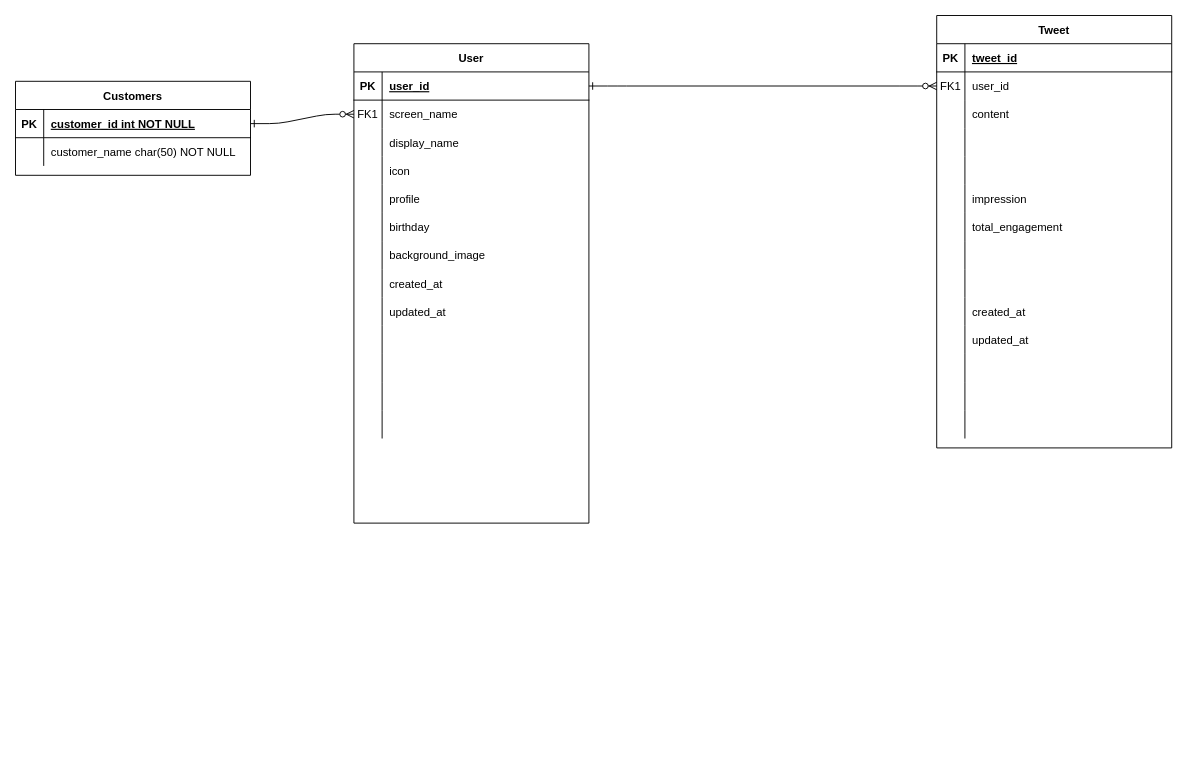
Above: twitter.drawio in universato/boot (draw.io), before the change. Source tidied: cells renumbered, new cells numbered last; positions are measured from the earlier drawing's top-left corner, leaving out a move shared by most shapes. Both pictures are drawn from the tidied source at 94%, with x=0, y=0 at pixel (15, 15).
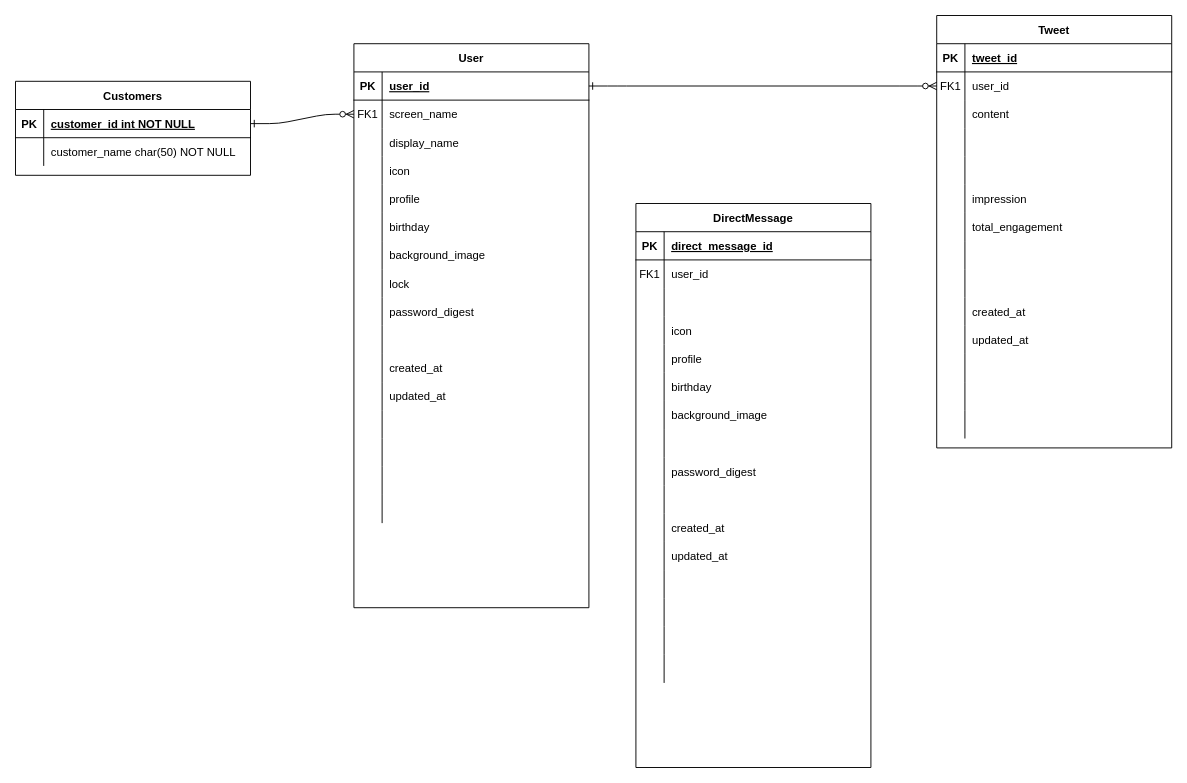
The same page after the edit.

Change to the diagram source:
```diff
@@
     <mxCell id="4" value="User" style="shape=table;startSize=30;childLayout=tableLayout;rowLines=0;fontStyle=1;align=center;" parent="1" vertex="1">
-      <mxGeometry x="360" y="30" width="250" height="510" as="geometry" />
+      <mxGeometry x="360" y="30" width="250" height="600" as="geometry" />
     </mxCell>
@@
+    <mxCell id="94" style="shape=partialRectangle;fillColor=none;top=0;left=0;right=0;bottom=0;" parent="4" vertex="1">
+      <mxGeometry y="240" width="250" height="30" as="geometry" />
+    </mxCell>
+    <mxCell id="95" style="shape=partialRectangle;overflow=hidden;fillColor=none;top=0;left=0;bottom=0;right=0;" parent="94" vertex="1">
+      <mxGeometry width="30" height="30" as="geometry" />
+    </mxCell>
+    <mxCell id="96" value="lock" style="shape=partialRectangle;overflow=hidden;fillColor=none;top=0;left=0;bottom=0;right=0;align=left;spacingLeft=6;" parent="94" vertex="1">
+      <mxGeometry x="30" width="220" height="30" as="geometry" />
+    </mxCell>
+    <mxCell id="97" style="shape=partialRectangle;fillColor=none;top=0;left=0;right=0;bottom=0;" parent="4" vertex="1">
+      <mxGeometry y="270" width="250" height="30" as="geometry" />
+    </mxCell>
+    <mxCell id="98" style="shape=partialRectangle;overflow=hidden;fillColor=none;top=0;left=0;bottom=0;right=0;" parent="97" vertex="1">
+      <mxGeometry width="30" height="30" as="geometry" />
+    </mxCell>
+    <mxCell id="99" value="password_digest" style="shape=partialRectangle;overflow=hidden;fillColor=none;top=0;left=0;bottom=0;right=0;align=left;spacingLeft=6;" parent="97" vertex="1">
+      <mxGeometry x="30" width="220" height="30" as="geometry" />
+    </mxCell>
+    <mxCell id="100" style="shape=partialRectangle;fillColor=none;top=0;left=0;right=0;bottom=0;" parent="4" vertex="1">
+      <mxGeometry y="300" width="250" height="30" as="geometry" />
+    </mxCell>
+    <mxCell id="101" style="shape=partialRectangle;overflow=hidden;fillColor=none;top=0;left=0;bottom=0;right=0;" parent="100" vertex="1">
+      <mxGeometry width="30" height="30" as="geometry" />
+    </mxCell>
+    <mxCell id="102" style="shape=partialRectangle;overflow=hidden;fillColor=none;top=0;left=0;bottom=0;right=0;align=left;spacingLeft=6;" parent="100" vertex="1">
+      <mxGeometry x="30" width="220" height="30" as="geometry" />
+    </mxCell>
     <mxCell id="26" style="shape=partialRectangle;fillColor=none;top=0;left=0;right=0;bottom=0;" parent="4" vertex="1">
-      <mxGeometry y="240" width="250" height="30" as="geometry" />
+      <mxGeometry y="330" width="250" height="30" as="geometry" />
     </mxCell>
@@
     <mxCell id="29" style="shape=partialRectangle;fillColor=none;top=0;left=0;right=0;bottom=0;" parent="4" vertex="1">
-      <mxGeometry y="270" width="250" height="30" as="geometry" />
+      <mxGeometry y="360" width="250" height="30" as="geometry" />
     </mxCell>
@@
     <mxCell id="32" style="shape=partialRectangle;fillColor=none;top=0;left=0;right=0;bottom=0;" parent="4" vertex="1">
-      <mxGeometry y="300" width="250" height="30" as="geometry" />
+      <mxGeometry y="390" width="250" height="30" as="geometry" />
     </mxCell>
@@
     <mxCell id="35" style="shape=partialRectangle;fillColor=none;top=0;left=0;right=0;bottom=0;" parent="4" vertex="1">
-      <mxGeometry y="330" width="250" height="30" as="geometry" />
+      <mxGeometry y="420" width="250" height="30" as="geometry" />
     </mxCell>
@@
     <mxCell id="38" style="shape=partialRectangle;fillColor=none;top=0;left=0;right=0;bottom=0;" parent="4" vertex="1">
-      <mxGeometry y="360" width="250" height="30" as="geometry" />
+      <mxGeometry y="450" width="250" height="30" as="geometry" />
     </mxCell>
@@
     <mxCell id="41" style="shape=partialRectangle;fillColor=none;top=0;left=0;right=0;bottom=0;" parent="4" vertex="1">
-      <mxGeometry y="390" width="250" height="30" as="geometry" />
+      <mxGeometry y="480" width="250" height="30" as="geometry" />
     </mxCell>
@@
+    <mxCell id="103" value="DirectMessage" style="shape=table;startSize=30;childLayout=tableLayout;rowLines=0;fontStyle=1;align=center;" parent="1" vertex="1">
+      <mxGeometry x="660" y="200" width="250" height="600" as="geometry" />
+    </mxCell>
+    <mxCell id="104" style="shape=partialRectangle;fillColor=none;top=0;left=0;right=0;bottom=1;" parent="103" vertex="1">
+      <mxGeometry y="30" width="250" height="30" as="geometry" />
+    </mxCell>
+    <mxCell id="105" value="PK" style="shape=partialRectangle;overflow=hidden;fillColor=none;top=0;left=0;bottom=0;right=0;fontStyle=1;" parent="104" vertex="1">
+      <mxGeometry width="30" height="30" as="geometry" />
+    </mxCell>
+    <mxCell id="106" value="direct_message_id" style="shape=partialRectangle;overflow=hidden;fillColor=none;top=0;left=0;bottom=0;right=0;align=left;spacingLeft=6;fontStyle=5;" parent="104" vertex="1">
+      <mxGeometry x="30" width="220" height="30" as="geometry" />
+    </mxCell>
+    <mxCell id="107" style="shape=partialRectangle;fillColor=none;top=0;left=0;right=0;bottom=0;" parent="103" vertex="1">
+      <mxGeometry y="60" width="250" height="30" as="geometry" />
+    </mxCell>
+    <mxCell id="108" value="FK1" style="shape=partialRectangle;overflow=hidden;fillColor=none;top=0;left=0;bottom=0;right=0;" parent="107" vertex="1">
+      <mxGeometry width="30" height="30" as="geometry" />
+    </mxCell>
+    <mxCell id="109" value="user_id" style="shape=partialRectangle;overflow=hidden;fillColor=none;top=0;left=0;bottom=0;right=0;align=left;spacingLeft=6;" parent="107" vertex="1">
+      <mxGeometry x="30" width="220" height="30" as="geometry" />
+    </mxCell>
+    <mxCell id="110" style="shape=partialRectangle;fillColor=none;top=0;left=0;right=0;bottom=0;" parent="103" vertex="1">
+      <mxGeometry y="90" width="250" height="30" as="geometry" />
+    </mxCell>
+    <mxCell id="111" style="shape=partialRectangle;overflow=hidden;fillColor=none;top=0;left=0;bottom=0;right=0;" parent="110" vertex="1">
+      <mxGeometry width="30" height="30" as="geometry" />
+    </mxCell>
+    <mxCell id="112" style="shape=partialRectangle;overflow=hidden;fillColor=none;top=0;left=0;bottom=0;right=0;align=left;spacingLeft=6;" parent="110" vertex="1">
+      <mxGeometry x="30" width="220" height="30" as="geometry" />
+    </mxCell>
+    <mxCell id="113" style="shape=partialRectangle;fillColor=none;top=0;left=0;right=0;bottom=0;" parent="103" vertex="1">
+      <mxGeometry y="120" width="250" height="30" as="geometry" />
+    </mxCell>
+    <mxCell id="114" style="shape=partialRectangle;overflow=hidden;fillColor=none;top=0;left=0;bottom=0;right=0;" parent="113" vertex="1">
+      <mxGeometry width="30" height="30" as="geometry" />
+    </mxCell>
+    <mxCell id="115" value="icon" style="shape=partialRectangle;overflow=hidden;fillColor=none;top=0;left=0;bottom=0;right=0;align=left;spacingLeft=6;" parent="113" vertex="1">
+      <mxGeometry x="30" width="220" height="30" as="geometry" />
+    </mxCell>
+    <mxCell id="116" style="shape=partialRectangle;fillColor=none;top=0;left=0;right=0;bottom=0;" parent="103" vertex="1">
+      <mxGeometry y="150" width="250" height="30" as="geometry" />
+    </mxCell>
+    <mxCell id="117" style="shape=partialRectangle;overflow=hidden;fillColor=none;top=0;left=0;bottom=0;right=0;" parent="116" vertex="1">
+      <mxGeometry width="30" height="30" as="geometry" />
+    </mxCell>
+    <mxCell id="118" value="profile" style="shape=partialRectangle;overflow=hidden;fillColor=none;top=0;left=0;bottom=0;right=0;align=left;spacingLeft=6;" parent="116" vertex="1">
+      <mxGeometry x="30" width="220" height="30" as="geometry" />
+    </mxCell>
+    <mxCell id="119" style="shape=partialRectangle;fillColor=none;top=0;left=0;right=0;bottom=0;" parent="103" vertex="1">
+      <mxGeometry y="180" width="250" height="30" as="geometry" />
+    </mxCell>
+    <mxCell id="120" style="shape=partialRectangle;overflow=hidden;fillColor=none;top=0;left=0;bottom=0;right=0;" parent="119" vertex="1">
+      <mxGeometry width="30" height="30" as="geometry" />
+    </mxCell>
+    <mxCell id="121" value="birthday" style="shape=partialRectangle;overflow=hidden;fillColor=none;top=0;left=0;bottom=0;right=0;align=left;spacingLeft=6;" parent="119" vertex="1">
+      <mxGeometry x="30" width="220" height="30" as="geometry" />
+    </mxCell>
+    <mxCell id="122" style="shape=partialRectangle;fillColor=none;top=0;left=0;right=0;bottom=0;" parent="103" vertex="1">
+      <mxGeometry y="210" width="250" height="30" as="geometry" />
+    </mxCell>
+    <mxCell id="123" style="shape=partialRectangle;overflow=hidden;fillColor=none;top=0;left=0;bottom=0;right=0;" parent="122" vertex="1">
+      <mxGeometry width="30" height="30" as="geometry" />
+    </mxCell>
+    <mxCell id="124" value="background_image" style="shape=partialRectangle;overflow=hidden;fillColor=none;top=0;left=0;bottom=0;right=0;align=left;spacingLeft=6;" parent="122" vertex="1">
+      <mxGeometry x="30" width="220" height="30" as="geometry" />
+    </mxCell>
+    <mxCell id="125" style="shape=partialRectangle;fillColor=none;top=0;left=0;right=0;bottom=0;" parent="103" vertex="1">
+      <mxGeometry y="240" width="250" height="30" as="geometry" />
+    </mxCell>
+    <mxCell id="126" style="shape=partialRectangle;overflow=hidden;fillColor=none;top=0;left=0;bottom=0;right=0;" parent="125" vertex="1">
+      <mxGeometry width="30" height="30" as="geometry" />
+    </mxCell>
+    <mxCell id="127" style="shape=partialRectangle;overflow=hidden;fillColor=none;top=0;left=0;bottom=0;right=0;align=left;spacingLeft=6;" parent="125" vertex="1">
+      <mxGeometry x="30" width="220" height="30" as="geometry" />
+    </mxCell>
+    <mxCell id="128" style="shape=partialRectangle;fillColor=none;top=0;left=0;right=0;bottom=0;" parent="103" vertex="1">
+      <mxGeometry y="270" width="250" height="30" as="geometry" />
+    </mxCell>
+    <mxCell id="129" style="shape=partialRectangle;overflow=hidden;fillColor=none;top=0;left=0;bottom=0;right=0;" parent="128" vertex="1">
+      <mxGeometry width="30" height="30" as="geometry" />
+    </mxCell>
+    <mxCell id="130" value="password_digest" style="shape=partialRectangle;overflow=hidden;fillColor=none;top=0;left=0;bottom=0;right=0;align=left;spacingLeft=6;" parent="128" vertex="1">
+      <mxGeometry x="30" width="220" height="30" as="geometry" />
+    </mxCell>
+    <mxCell id="131" style="shape=partialRectangle;fillColor=none;top=0;left=0;right=0;bottom=0;" parent="103" vertex="1">
+      <mxGeometry y="300" width="250" height="30" as="geometry" />
+    </mxCell>
+    <mxCell id="132" style="shape=partialRectangle;overflow=hidden;fillColor=none;top=0;left=0;bottom=0;right=0;" parent="131" vertex="1">
+      <mxGeometry width="30" height="30" as="geometry" />
+    </mxCell>
+    <mxCell id="133" style="shape=partialRectangle;overflow=hidden;fillColor=none;top=0;left=0;bottom=0;right=0;align=left;spacingLeft=6;" parent="131" vertex="1">
+      <mxGeometry x="30" width="220" height="30" as="geometry" />
+    </mxCell>
+    <mxCell id="134" style="shape=partialRectangle;fillColor=none;top=0;left=0;right=0;bottom=0;" parent="103" vertex="1">
+      <mxGeometry y="330" width="250" height="30" as="geometry" />
+    </mxCell>
+    <mxCell id="135" style="shape=partialRectangle;overflow=hidden;fillColor=none;top=0;left=0;bottom=0;right=0;" parent="134" vertex="1">
+      <mxGeometry width="30" height="30" as="geometry" />
+    </mxCell>
+    <mxCell id="136" value="created_at" style="shape=partialRectangle;overflow=hidden;fillColor=none;top=0;left=0;bottom=0;right=0;align=left;spacingLeft=6;" parent="134" vertex="1">
+      <mxGeometry x="30" width="220" height="30" as="geometry" />
+    </mxCell>
+    <mxCell id="137" style="shape=partialRectangle;fillColor=none;top=0;left=0;right=0;bottom=0;" parent="103" vertex="1">
+      <mxGeometry y="360" width="250" height="30" as="geometry" />
+    </mxCell>
+    <mxCell id="138" style="shape=partialRectangle;overflow=hidden;fillColor=none;top=0;left=0;bottom=0;right=0;" parent="137" vertex="1">
+      <mxGeometry width="30" height="30" as="geometry" />
+    </mxCell>
+    <mxCell id="139" value="updated_at" style="shape=partialRectangle;overflow=hidden;fillColor=none;top=0;left=0;bottom=0;right=0;align=left;spacingLeft=6;" parent="137" vertex="1">
+      <mxGeometry x="30" width="220" height="30" as="geometry" />
+    </mxCell>
+    <mxCell id="140" style="shape=partialRectangle;fillColor=none;top=0;left=0;right=0;bottom=0;" parent="103" vertex="1">
+      <mxGeometry y="390" width="250" height="30" as="geometry" />
+    </mxCell>
+    <mxCell id="141" style="shape=partialRectangle;overflow=hidden;fillColor=none;top=0;left=0;bottom=0;right=0;" parent="140" vertex="1">
+      <mxGeometry width="30" height="30" as="geometry" />
+    </mxCell>
+    <mxCell id="142" style="shape=partialRectangle;overflow=hidden;fillColor=none;top=0;left=0;bottom=0;right=0;align=left;spacingLeft=6;" parent="140" vertex="1">
+      <mxGeometry x="30" width="220" height="30" as="geometry" />
+    </mxCell>
+    <mxCell id="143" style="shape=partialRectangle;fillColor=none;top=0;left=0;right=0;bottom=0;" parent="103" vertex="1">
+      <mxGeometry y="420" width="250" height="30" as="geometry" />
+    </mxCell>
+    <mxCell id="144" style="shape=partialRectangle;overflow=hidden;fillColor=none;top=0;left=0;bottom=0;right=0;" parent="143" vertex="1">
+      <mxGeometry width="30" height="30" as="geometry" />
+    </mxCell>
+    <mxCell id="145" style="shape=partialRectangle;overflow=hidden;fillColor=none;top=0;left=0;bottom=0;right=0;align=left;spacingLeft=6;" parent="143" vertex="1">
+      <mxGeometry x="30" width="220" height="30" as="geometry" />
+    </mxCell>
+    <mxCell id="146" style="shape=partialRectangle;fillColor=none;top=0;left=0;right=0;bottom=0;" parent="103" vertex="1">
+      <mxGeometry y="450" width="250" height="30" as="geometry" />
+    </mxCell>
+    <mxCell id="147" style="shape=partialRectangle;overflow=hidden;fillColor=none;top=0;left=0;bottom=0;right=0;" parent="146" vertex="1">
+      <mxGeometry width="30" height="30" as="geometry" />
+    </mxCell>
+    <mxCell id="148" style="shape=partialRectangle;overflow=hidden;fillColor=none;top=0;left=0;bottom=0;right=0;align=left;spacingLeft=6;" parent="146" vertex="1">
+      <mxGeometry x="30" width="220" height="30" as="geometry" />
+    </mxCell>
+    <mxCell id="149" style="shape=partialRectangle;fillColor=none;top=0;left=0;right=0;bottom=0;" parent="103" vertex="1">
+      <mxGeometry y="480" width="250" height="30" as="geometry" />
+    </mxCell>
+    <mxCell id="150" style="shape=partialRectangle;overflow=hidden;fillColor=none;top=0;left=0;bottom=0;right=0;" parent="149" vertex="1">
+      <mxGeometry width="30" height="30" as="geometry" />
+    </mxCell>
+    <mxCell id="151" style="shape=partialRectangle;overflow=hidden;fillColor=none;top=0;left=0;bottom=0;right=0;align=left;spacingLeft=6;" parent="149" vertex="1">
+      <mxGeometry x="30" width="220" height="30" as="geometry" />
+    </mxCell>
```
